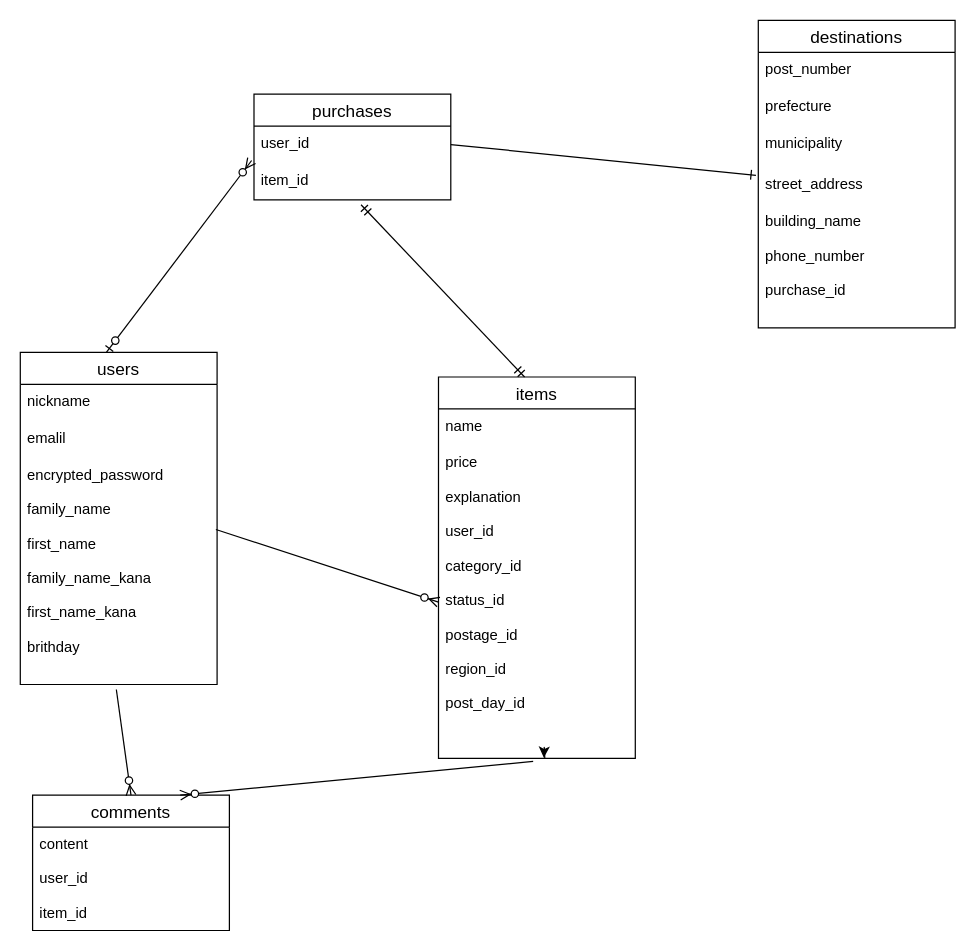
Before: ER.dio in nickAJ286/furima-39262, a draw.io diagram. Source tidied: cells renumbered, new cells numbered last; positions are measured from the earlier drawing's top-left corner, leaving out a move shared by most shapes. Both pictures are drawn from the tidied source at 123%, with x=0, y=0 at pixel (20, 20).
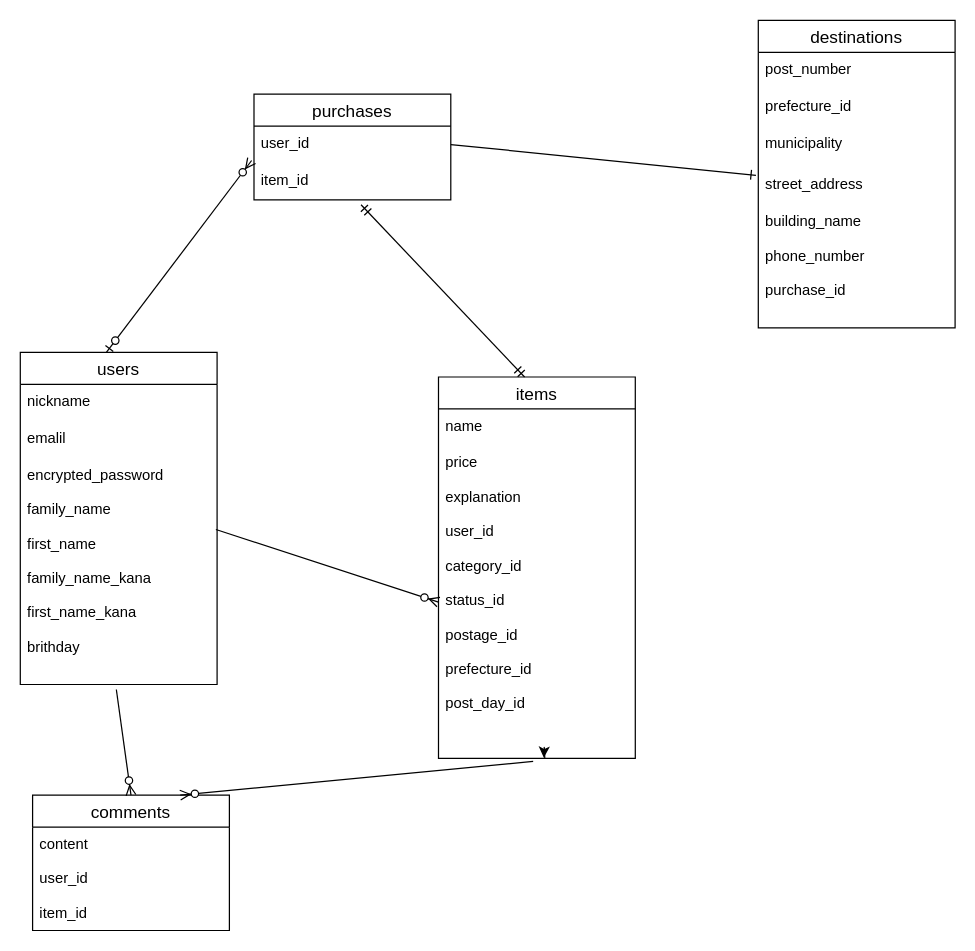
The same page after the edit.

Commit message (it also covers changes not shown here):
DB設計の修正2nd

Unchanged cells that the change refers to:
```xml
<mxCell id="6" value="items" style="swimlane;fontStyle=0;horizontal=1;startSize=26;align=center;fontSize=14;" parent="1" vertex="1">
  <mxGeometry x="340" y="290" width="160" height="310" as="geometry" />
</mxCell>
<mxCell id="12" value="destinations" style="swimlane;fontStyle=0;horizontal=1;startSize=26;align=center;fontSize=14;" parent="1" vertex="1">
  <mxGeometry x="600" width="160" height="250" as="geometry" />
</mxCell>
```

Diff of the diagram source:
```diff
@@
-    <mxCell id="9" value="price&#10;&#10;explanation&#10;&#10;user_id&#10;&#10;category_id&#10;&#10;status_id&#10;&#10;postage_id&#10;&#10;region_id&#10;&#10;post_day_id&#10;&#10;&#10;" style="text;strokeColor=none;fillColor=none;spacingLeft=4;spacingRight=4;overflow=hidden;points=[[0,0.5],[1,0.5]];portConstraint=eastwest;fontSize=12;" parent="6" vertex="1">
+    <mxCell id="9" value="price&#10;&#10;explanation&#10;&#10;user_id&#10;&#10;category_id&#10;&#10;status_id&#10;&#10;postage_id&#10;&#10;prefecture_id&#10;&#10;post_day_id&#10;&#10;&#10;" style="text;strokeColor=none;fillColor=none;spacingLeft=4;spacingRight=4;overflow=hidden;points=[[0,0.5],[1,0.5]];portConstraint=eastwest;fontSize=12;" parent="6" vertex="1">
       <mxGeometry y="56" width="160" height="254" as="geometry" />
     </mxCell>
@@
-    <mxCell id="14" value="prefecture" style="text;strokeColor=none;fillColor=none;spacingLeft=4;spacingRight=4;overflow=hidden;fontSize=12;" parent="12" vertex="1">
+    <mxCell id="14" value="prefecture_id" style="text;strokeColor=none;fillColor=none;spacingLeft=4;spacingRight=4;overflow=hidden;fontSize=12;" parent="12" vertex="1">
       <mxGeometry y="56" width="160" height="30" as="geometry" />
     </mxCell>
```
